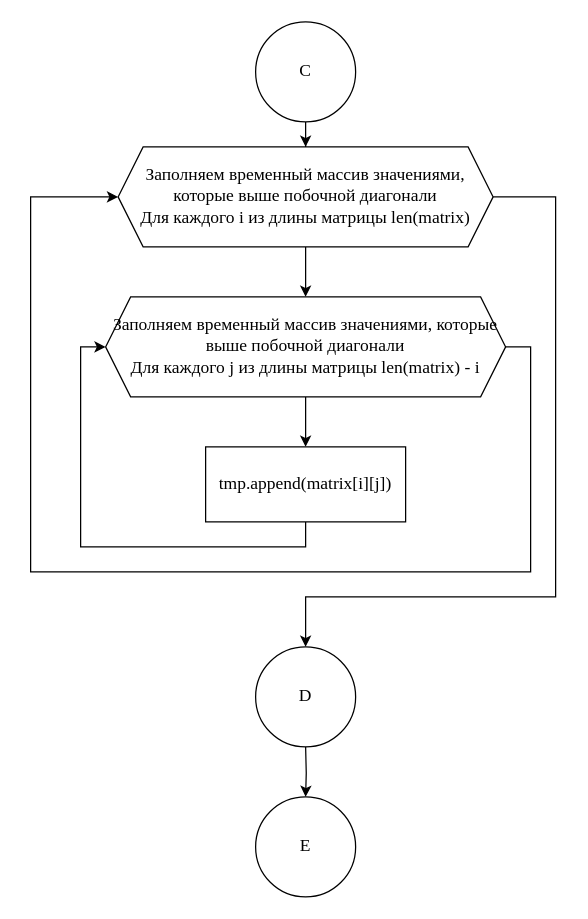
Before: page "Страница 4" (4 of 8) of 1 курс/1 семестр/Информатика/Практические работы/12/Диаграмма 12.drawio in Kirill010/RTU-MIREA, a draw.io diagram. Source tidied: cells renumbered, new cells numbered last; positions are measured from the earlier drawing's top-left corner, leaving out a move shared by most shapes. Both pictures are drawn from the tidied source at 125%, with x=0, y=0 at pixel (30, 21).
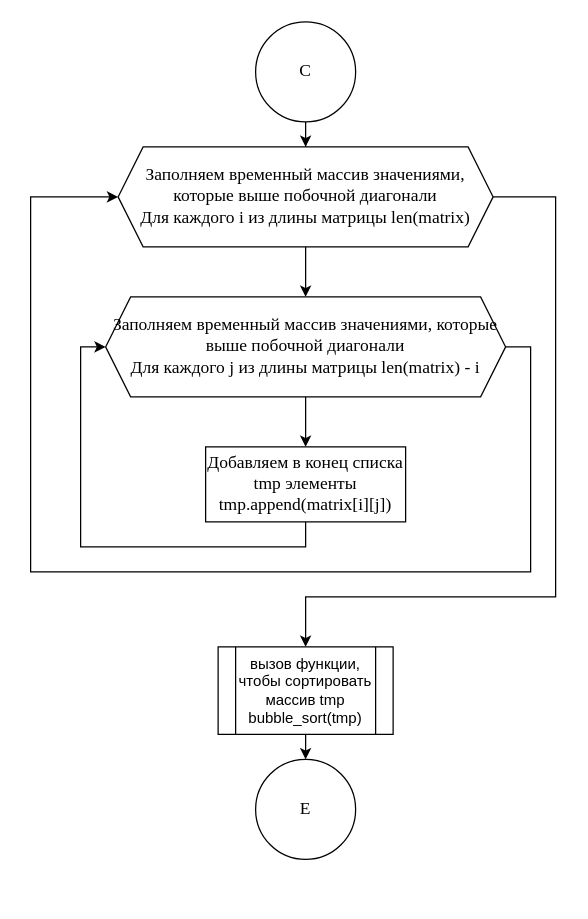
After the change.

Diff of the diagram source:
```diff
@@
-    <mxCell id="9" value="tmp.append(matrix[i][j])" style="rounded=0;whiteSpace=wrap;html=1;fontFamily=Times New Roman;fontSize=14;" parent="1" vertex="1">
+    <mxCell id="9" value="Добавляем в конец списка tmp элементы&lt;br&gt;tmp.append(matrix[i][j])" style="rounded=0;whiteSpace=wrap;html=1;fontFamily=Times New Roman;fontSize=14;" parent="1" vertex="1">
       <mxGeometry x="140" y="340" width="160" height="60" as="geometry" />
     </mxCell>
-    <mxCell id="10" value="D" style="ellipse;whiteSpace=wrap;html=1;fontFamily=Times New Roman;fontSize=14;" parent="1" vertex="1">
-      <mxGeometry x="180" y="500" width="80" height="80" as="geometry" />
-    </mxCell>
     <mxCell id="11" value="E" style="ellipse;whiteSpace=wrap;html=1;fontFamily=Times New Roman;fontSize=14;" parent="1" vertex="1">
-      <mxGeometry x="180" y="620" width="80" height="80" as="geometry" />
+      <mxGeometry x="180" y="590" width="80" height="80" as="geometry" />
     </mxCell>
-    <mxCell id="12" style="edgeStyle=orthogonalEdgeStyle;rounded=0;jettySize=auto;html=1;entryX=0.5;entryY=0;entryDx=0;entryDy=0;fontFamily=Times New Roman;fontSize=14;" parent="1" edge="1" target="11">
-      <mxGeometry relative="1" as="geometry">
-        <mxPoint x="220" y="580" as="sourcePoint" />
-      </mxGeometry>
+    <mxCell id="12" style="edgeStyle=orthogonalEdgeStyle;rounded=0;jettySize=auto;html=1;entryX=0.5;entryY=0;entryDx=0;entryDy=0;fontFamily=Times New Roman;fontSize=14;exitX=0.5;exitY=1;exitDx=0;exitDy=0;" parent="1" edge="1" source="15" target="11">
+      <mxGeometry relative="1" as="geometry" />
     </mxCell>
@@
+    <mxCell id="15" value="вызов функции, чтобы сортировать массив tmp&lt;br&gt;bubble_sort(tmp)" style="shape=process;whiteSpace=wrap;html=1;backgroundOutline=1;" parent="1" vertex="1">
+      <mxGeometry x="150" y="500" width="140" height="70" as="geometry" />
+    </mxCell>
```
